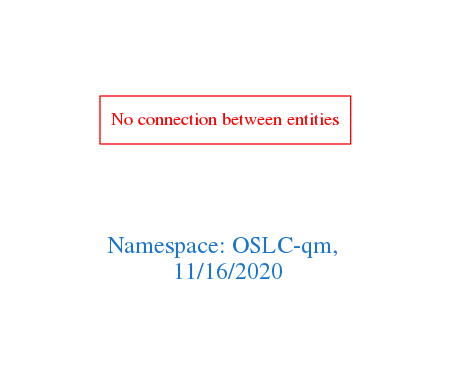
Above: downloads/OSLC-qm.png in arago/OGIT (Graphviz), before the change. Its source is kept beside it as downloads/OSLC-qm.dot.
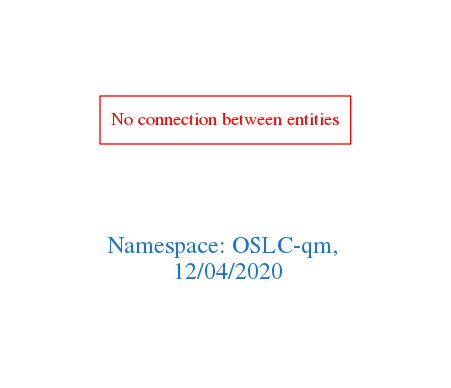
The same diagram one commit later.

Change to the diagram source:
```diff
@@ -1,7 +1,7 @@
 digraph OGIT_ontology {
  graph [ rankdir= LR,pad=1
 fontsize = 18,
-fontcolor= dodgerblue3,label = "\n\n\nNamespace: OSLC-qm, \n 11/16/2020"];
+fontcolor= dodgerblue3,label = "\n\n\nNamespace: OSLC-qm, \n 12/04/2020"];
 node[shape=polygon];
 edge [  color="gray81"];
 
```
